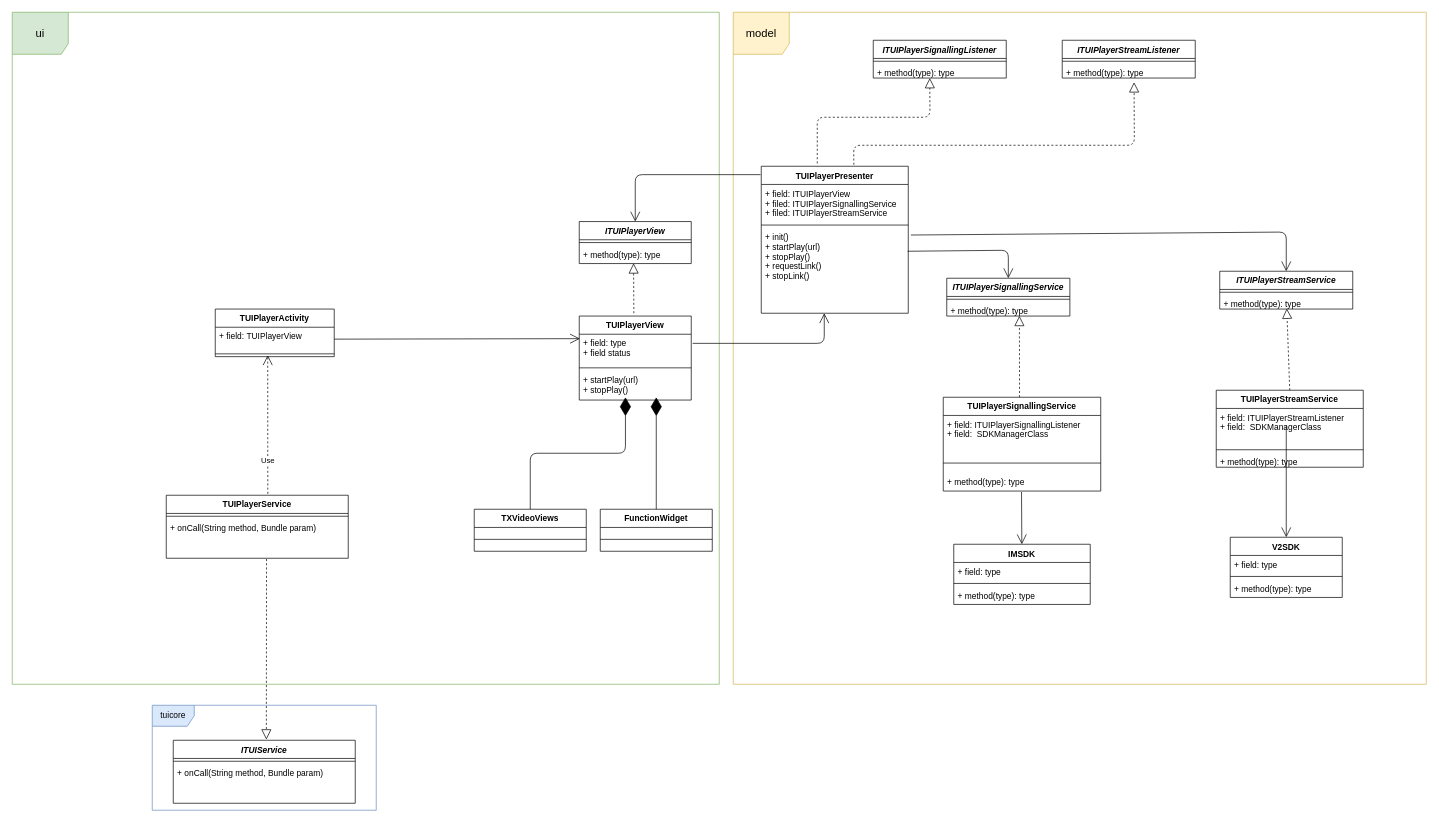
This is diagrams/TUIPlayer.drawio from paopaosecret/resources, a draw.io file, before an edit. Source tidied: cells renumbered, new cells numbered last; positions are measured from the earlier drawing's top-left corner, leaving out a move shared by most shapes. Both pictures are drawn from the tidied source at 70%, with x=0, y=0 at pixel (12, 12).
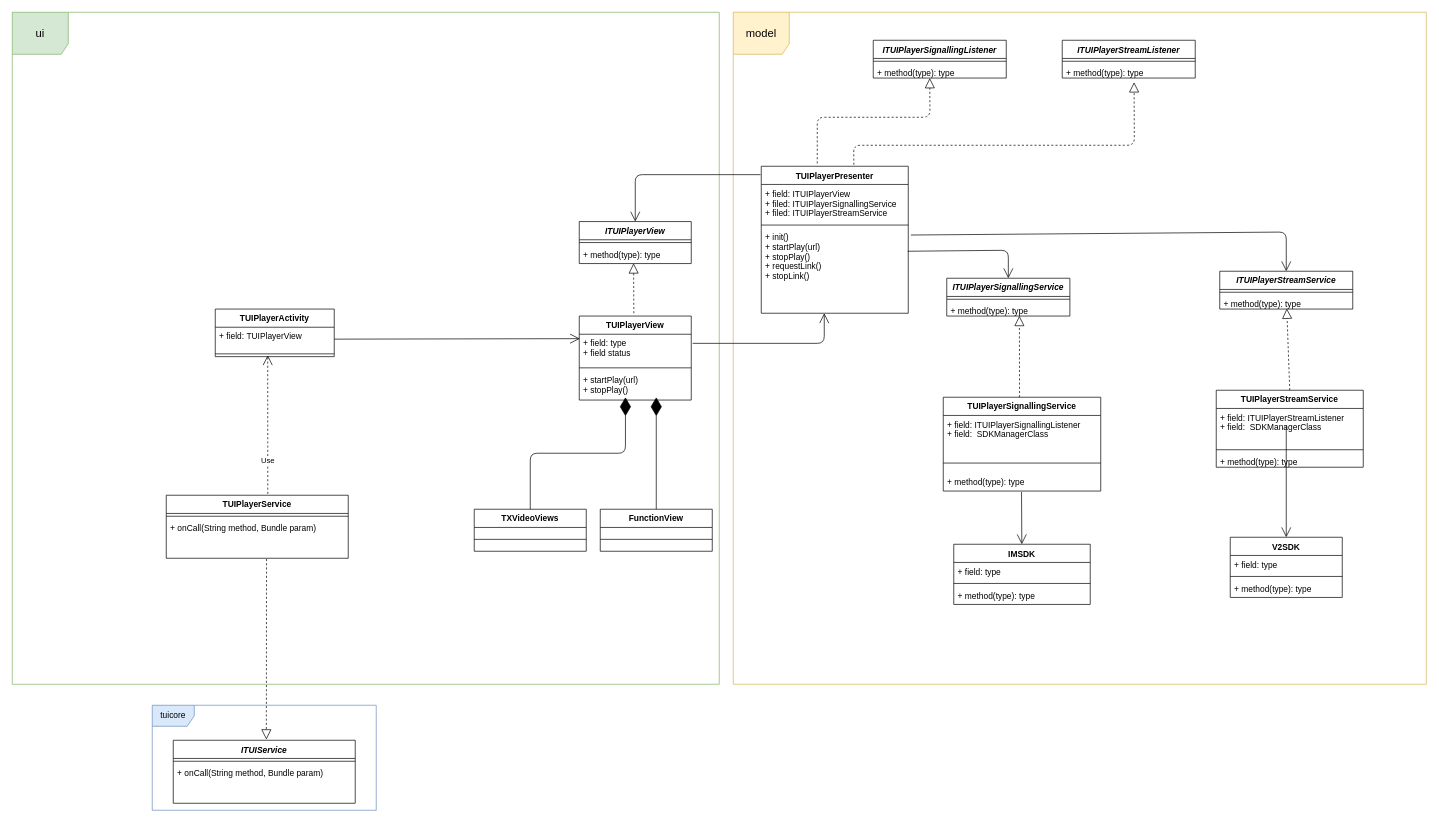
The same diagram, later.

Diff of the diagram source:
```diff
@@
-    <mxCell id="54" value="FunctionWidget" style="swimlane;fontStyle=1;align=center;verticalAlign=top;horizontal=1;startSize=26;" parent="1" vertex="1">
+    <mxCell id="54" value="FunctionView" style="swimlane;fontStyle=1;align=center;verticalAlign=top;horizontal=1;startSize=26;" parent="1" vertex="1">
       <mxGeometry x="840" y="710" width="160" height="60" as="geometry" />
     </mxCell>
```
